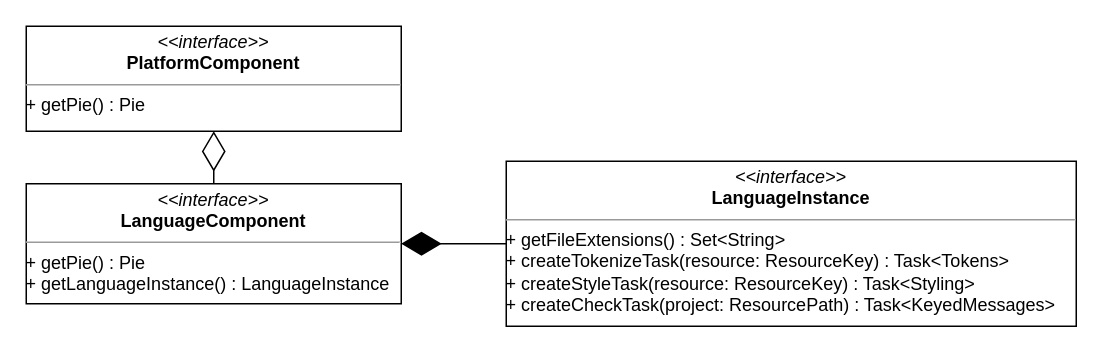
Above: page "LanguageInstance" (15 of 19) of Spoofax3 Diagrams.drawio in AZWN/Spoofax-pie-diagrams (draw.io), before the change. Source tidied: cells renumbered, new cells numbered last; positions are measured from the earlier drawing's top-left corner, leaving out a move shared by most shapes. Both pictures are drawn from the tidied source at 150%, with x=0, y=0 at pixel (26, 26).
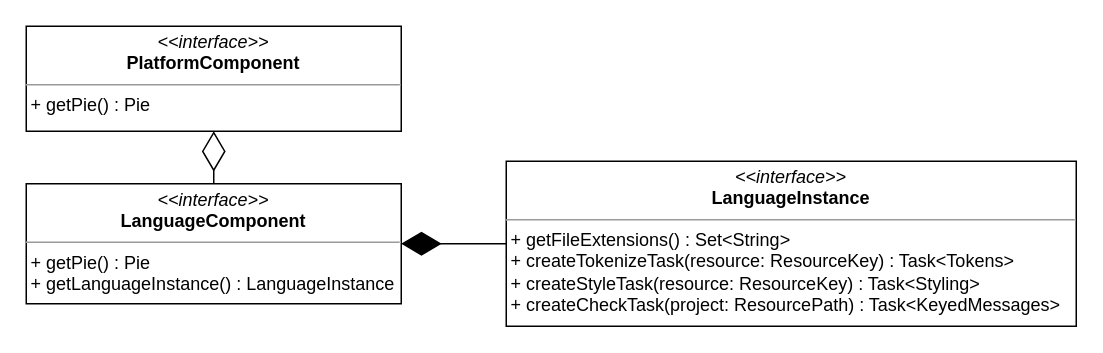
The same page after the edit.

Commit message:
Correctly indent methods

What changed in the source:
```diff
@@
 <mxGraphModel>
   <root>
     <mxCell id="0" />
     <mxCell id="1" parent="0" />
-    <mxCell id="2" value="&lt;p style=&quot;margin: 0px ; margin-top: 4px ; text-align: center&quot;&gt;&lt;i&gt;&amp;lt;&amp;lt;interface&amp;gt;&amp;gt;&lt;/i&gt;&lt;br&gt;&lt;b&gt;LanguageInstance&lt;/b&gt;&lt;/p&gt;&lt;hr size=&quot;1&quot;&gt;+ getFileExtensions() : Set&amp;lt;String&amp;gt;&lt;br&gt;+ createTokenizeTask(resource: ResourceKey) : Task&amp;lt;Tokens&amp;gt;&lt;br&gt;+ createStyleTask(resource: ResourceKey) : Task&amp;lt;Styling&amp;gt;&lt;br&gt;+ createCheckTask(project: ResourcePath) : Task&amp;lt;KeyedMessages&amp;gt;" style="verticalAlign=top;align=left;overflow=fill;fontSize=12;fontFamily=Helvetica;html=1;" parent="1" vertex="1">
+    <mxCell id="2" value="&lt;p style=&quot;margin: 0px ; margin-top: 4px ; text-align: center&quot;&gt;&lt;i&gt;&amp;lt;&amp;lt;interface&amp;gt;&amp;gt;&lt;/i&gt;&lt;br&gt;&lt;b&gt;LanguageInstance&lt;/b&gt;&lt;/p&gt;&lt;hr size=&quot;1&quot;&gt;&amp;nbsp;+ getFileExtensions() : Set&amp;lt;String&amp;gt; &lt;br&gt;&amp;nbsp;+ createTokenizeTask(resource: ResourceKey) : Task&amp;lt;Tokens&amp;gt;&lt;br&gt;&amp;nbsp;+ createStyleTask(resource: ResourceKey) : Task&amp;lt;Styling&amp;gt;&lt;br&gt;&amp;nbsp;+ createCheckTask(project: ResourcePath) : Task&amp;lt;KeyedMessages&amp;gt;" style="verticalAlign=top;align=left;overflow=fill;fontSize=12;fontFamily=Helvetica;html=1;" parent="1" vertex="1">
       <mxGeometry x="320" y="90" width="380" height="110" as="geometry" />
     </mxCell>
-    <mxCell id="3" value="&lt;p style=&quot;margin: 0px ; margin-top: 4px ; text-align: center&quot;&gt;&lt;i&gt;&amp;lt;&amp;lt;interface&amp;gt;&amp;gt;&lt;/i&gt;&lt;br&gt;&lt;b&gt;LanguageComponent&lt;/b&gt;&lt;/p&gt;&lt;hr size=&quot;1&quot;&gt;&lt;div&gt;+ getPie() : Pie&lt;/div&gt;&lt;div&gt;+ getLanguageInstance() : LanguageInstance&lt;br&gt;&lt;/div&gt;" style="verticalAlign=top;align=left;overflow=fill;fontSize=12;fontFamily=Helvetica;html=1;" parent="1" vertex="1">
+    <mxCell id="3" value="&lt;p style=&quot;margin: 0px ; margin-top: 4px ; text-align: center&quot;&gt;&lt;i&gt;&amp;lt;&amp;lt;interface&amp;gt;&amp;gt;&lt;/i&gt;&lt;br&gt;&lt;b&gt;LanguageComponent&lt;/b&gt;&lt;/p&gt;&lt;hr size=&quot;1&quot;&gt;&lt;div&gt;&amp;nbsp;+ getPie() : Pie&lt;/div&gt;&lt;div&gt;&amp;nbsp;+ getLanguageInstance() : LanguageInstance&lt;br&gt;&lt;/div&gt;" style="verticalAlign=top;align=left;overflow=fill;fontSize=12;fontFamily=Helvetica;html=1;" parent="1" vertex="1">
       <mxGeometry y="105" width="250" height="80" as="geometry" />
     </mxCell>
-    <mxCell id="4" value="&lt;p style=&quot;margin: 0px ; margin-top: 4px ; text-align: center&quot;&gt;&lt;i&gt;&amp;lt;&amp;lt;interface&amp;gt;&amp;gt;&lt;/i&gt;&lt;br&gt;&lt;b&gt;PlatformComponent&lt;/b&gt;&lt;/p&gt;&lt;hr size=&quot;1&quot;&gt;&lt;div&gt;+ getPie() : Pie&lt;/div&gt;&lt;div&gt;&lt;br&gt;&lt;/div&gt;" style="verticalAlign=top;align=left;overflow=fill;fontSize=12;fontFamily=Helvetica;html=1;" parent="1" vertex="1">
+    <mxCell id="4" value="&lt;p style=&quot;margin: 0px ; margin-top: 4px ; text-align: center&quot;&gt;&lt;i&gt;&amp;lt;&amp;lt;interface&amp;gt;&amp;gt;&lt;/i&gt;&lt;br&gt;&lt;b&gt;PlatformComponent&lt;/b&gt;&lt;/p&gt;&lt;hr size=&quot;1&quot;&gt;&lt;div&gt;&amp;nbsp;+ getPie() : Pie&lt;/div&gt;&lt;div&gt;&lt;br&gt;&lt;/div&gt;" style="verticalAlign=top;align=left;overflow=fill;fontSize=12;fontFamily=Helvetica;html=1;" parent="1" vertex="1">
       <mxGeometry width="250" height="70" as="geometry" />
     </mxCell>
     <mxCell id="5" style="endArrow=diamondThin;endFill=1;endSize=24;html=1;entryX=1;entryY=0.5;entryDx=0;entryDy=0;exitX=0;exitY=0.5;exitDx=0;exitDy=0;" parent="1" edge="1" source="2" target="3">
       <mxGeometry relative="1" as="geometry" />
     </mxCell>
     <mxCell id="6" style="endArrow=diamondThin;endFill=0;endSize=24;html=1;entryX=0.5;entryY=1;entryDx=0;entryDy=0;exitX=0.5;exitY=0;exitDx=0;exitDy=0;" parent="1" edge="1" source="3" target="4">
       <mxGeometry relative="1" as="geometry" />
     </mxCell>
   </root>
 </mxGraphModel>
```
